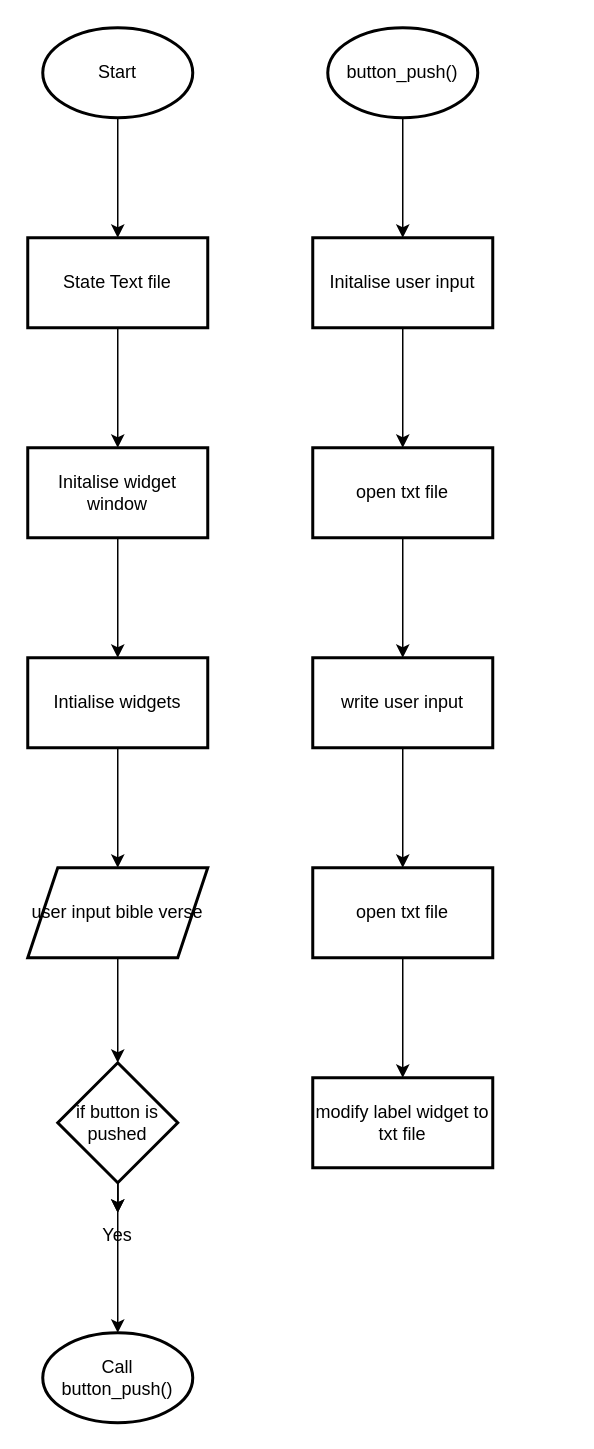
The draw.io diagram story/bible_verse_flowchart.drawio in MAL-12DGT-2025/tkinter-projects-MichaelHayesMC, before the edit. Source tidied: cells renumbered, new cells numbered last; positions are measured from the earlier drawing's top-left corner, leaving out a move shared by most shapes. Both pictures are drawn from the tidied source at 150%, with x=0, y=0 at pixel (27, 27).
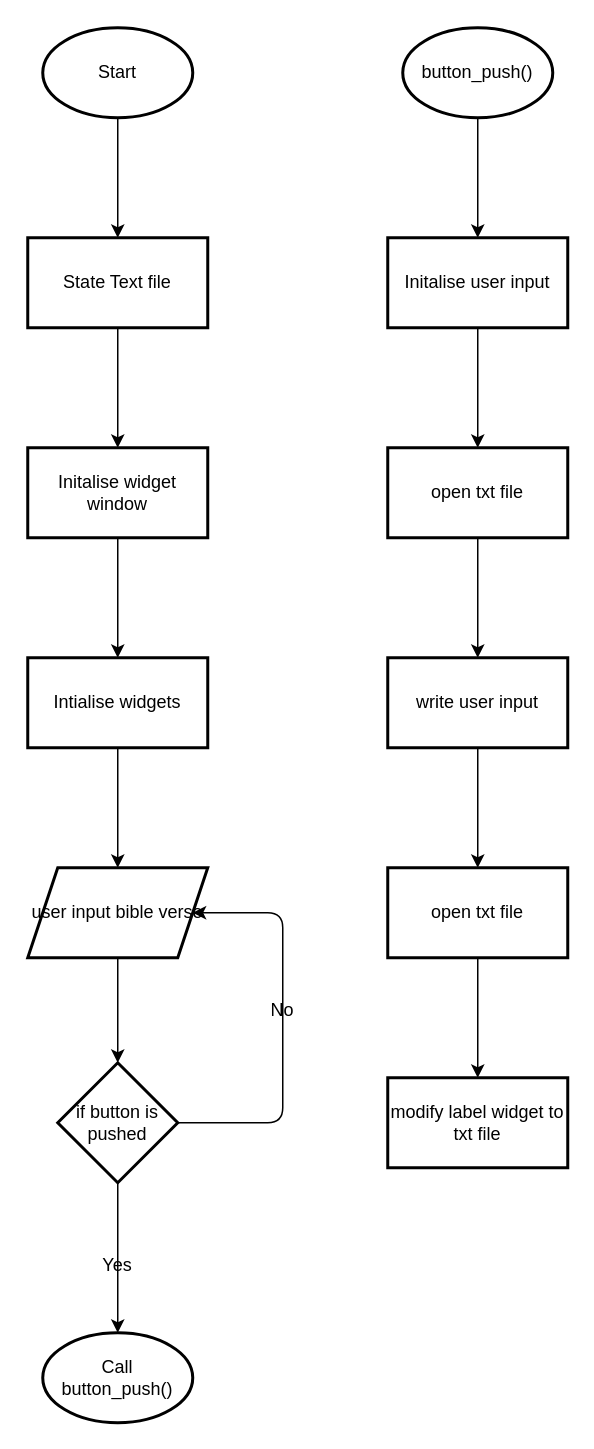
The same page after the edit.

Unchanged cells that the change refers to:
```xml
<mxCell id="16" value="user input bible verse" style="shape=parallelogram;perimeter=parallelogramPerimeter;whiteSpace=wrap;html=1;fixedSize=1;strokeWidth=2;" parent="1" vertex="1">
  <mxGeometry y="560" width="120" height="60" as="geometry" />
</mxCell>
<mxCell id="19" value="if button is pushed" style="rhombus;whiteSpace=wrap;html=1;strokeWidth=2;" parent="1" vertex="1">
  <mxGeometry x="20" y="690" width="80" height="80" as="geometry" />
</mxCell>
<mxCell id="28" value="Call button_push()" style="strokeWidth=2;html=1;shape=mxgraph.flowchart.start_1;whiteSpace=wrap;" parent="1" vertex="1">
  <mxGeometry x="10" y="870" width="100" height="60" as="geometry" />
</mxCell>
```

Diff of the diagram source:
```diff
@@
     <mxCell id="11" value="Yes" style="text;html=1;align=center;verticalAlign=middle;whiteSpace=wrap;rounded=0;" parent="1" vertex="1">
-      <mxGeometry x="30" y="790" width="60" height="30" as="geometry" />
+      <mxGeometry x="30" y="810" width="60" height="30" as="geometry" />
     </mxCell>
@@
     <mxCell id="13" value="button_push()" style="strokeWidth=2;html=1;shape=mxgraph.flowchart.start_1;whiteSpace=wrap;" parent="1" vertex="1">
-      <mxGeometry x="200" width="100" height="60" as="geometry" />
+      <mxGeometry x="250" width="100" height="60" as="geometry" />
     </mxCell>
@@
     <mxCell id="15" value="Initalise user input" style="whiteSpace=wrap;html=1;strokeWidth=2;" parent="1" vertex="1">
-      <mxGeometry x="190" y="140" width="120" height="60" as="geometry" />
+      <mxGeometry x="240" y="140" width="120" height="60" as="geometry" />
     </mxCell>
@@
-    <mxCell id="17" style="edgeStyle=none;html=1;" parent="1" edge="1" source="19" target="11">
-      <mxGeometry relative="1" as="geometry" />
-    </mxCell>
-    <mxCell id="18" style="edgeStyle=none;html=1;" parent="1" edge="1" source="19" target="11">
-      <mxGeometry relative="1" as="geometry" />
-    </mxCell>
+    <mxCell id="29" style="edgeStyle=none;html=1;entryX=1;entryY=0.5;entryDx=0;entryDy=0;" parent="1" edge="1" source="19" target="16">
+      <mxGeometry relative="1" as="geometry">
+        <Array as="points">
+          <mxPoint x="170" y="730" />
+          <mxPoint x="170" y="590" />
+        </Array>
+      </mxGeometry>
+    </mxCell>
@@
-    <mxCell id="20" style="edgeStyle=none;html=1;exitX=0.5;exitY=1;exitDx=0;exitDy=0;" parent="1" edge="1">
-      <mxGeometry relative="1" as="geometry">
-        <mxPoint x="60" y="770" as="sourcePoint" />
-        <mxPoint x="60" y="870" as="targetPoint" />
-      </mxGeometry>
-    </mxCell>
@@
     <mxCell id="22" value="open txt file" style="whiteSpace=wrap;html=1;strokeWidth=2;" parent="1" vertex="1">
-      <mxGeometry x="190" y="280" width="120" height="60" as="geometry" />
+      <mxGeometry x="240" y="280" width="120" height="60" as="geometry" />
     </mxCell>
@@
     <mxCell id="24" value="write user input" style="whiteSpace=wrap;html=1;strokeWidth=2;" parent="1" vertex="1">
-      <mxGeometry x="190" y="420" width="120" height="60" as="geometry" />
+      <mxGeometry x="240" y="420" width="120" height="60" as="geometry" />
     </mxCell>
@@
     <mxCell id="26" value="open txt file" style="whiteSpace=wrap;html=1;strokeWidth=2;" parent="1" vertex="1">
-      <mxGeometry x="190" y="560" width="120" height="60" as="geometry" />
+      <mxGeometry x="240" y="560" width="120" height="60" as="geometry" />
     </mxCell>
     <mxCell id="27" value="modify label widget to txt file" style="whiteSpace=wrap;html=1;strokeWidth=2;" parent="1" vertex="1">
-      <mxGeometry x="190" y="700" width="120" height="60" as="geometry" />
+      <mxGeometry x="240" y="700" width="120" height="60" as="geometry" />
     </mxCell>
@@
+    <mxCell id="30" value="No" style="text;html=1;align=center;verticalAlign=middle;whiteSpace=wrap;rounded=0;" parent="1" vertex="1">
+      <mxGeometry x="140" y="640" width="60" height="30" as="geometry" />
+    </mxCell>
+    <mxCell id="31" style="edgeStyle=none;html=1;entryX=0.5;entryY=0;entryDx=0;entryDy=0;entryPerimeter=0;" parent="1" edge="1" source="19" target="28">
+      <mxGeometry relative="1" as="geometry" />
+    </mxCell>
```
